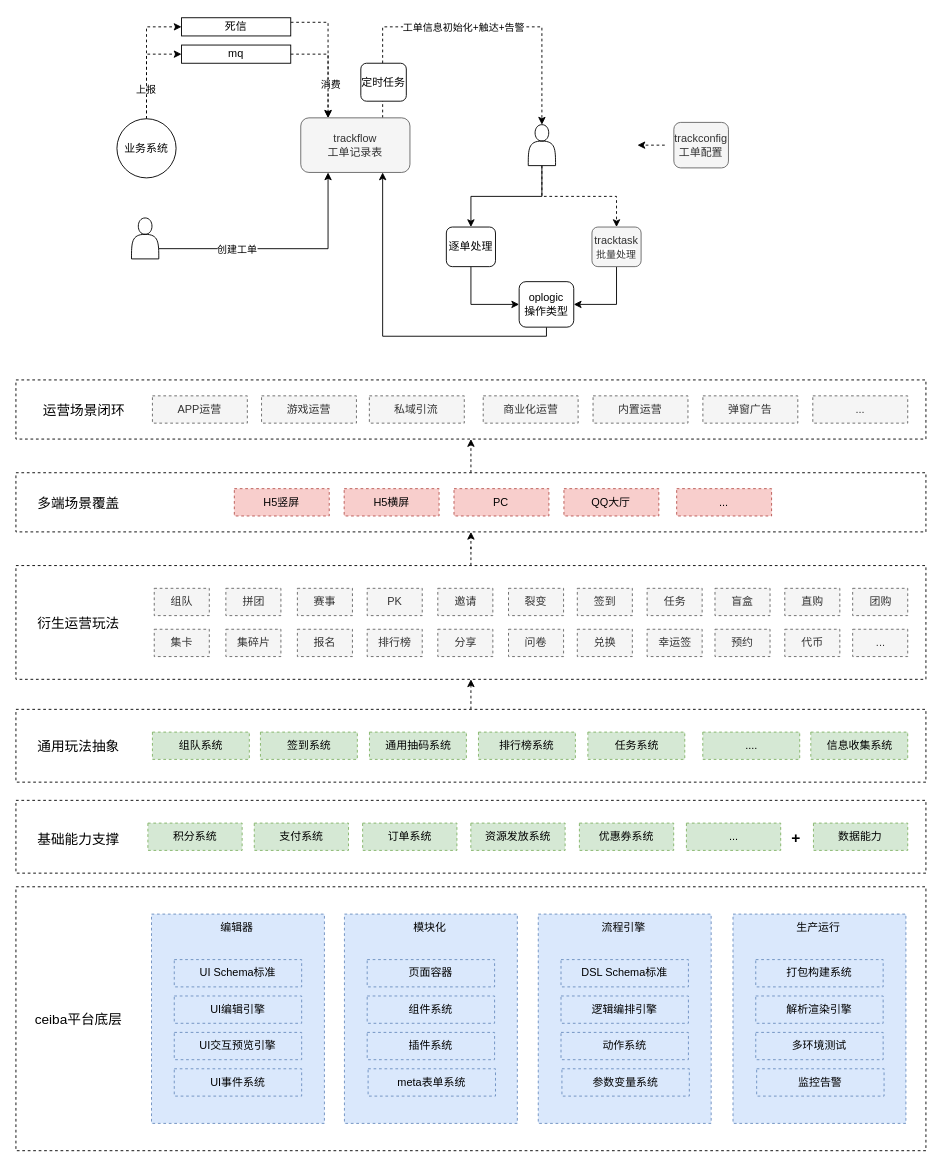
Above: 工单系统.drawio in axtrur/resource (draw.io), before the change. Source tidied: cells renumbered, new cells numbered last; positions are measured from the earlier drawing's top-left corner, leaving out a move shared by most shapes. Both pictures are drawn from the tidied source at 91%, with x=0, y=0 at pixel (15, 17).
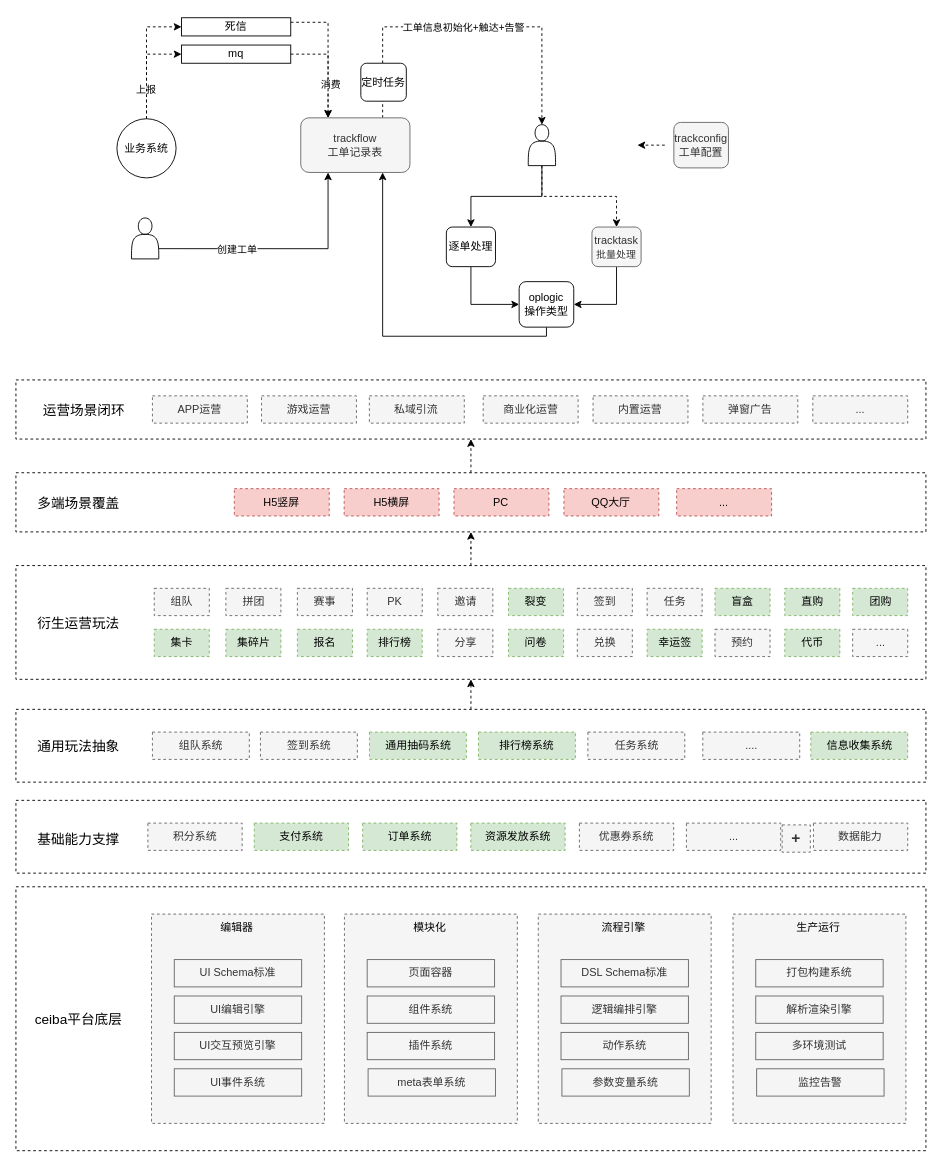
The same diagram, later.

Commit message:
更新工单系统.drawio

What changed in the source:
```diff
@@
-    <mxCell id="37" style="rounded=0;whiteSpace=wrap;html=1;fillColor=#dae8fc;strokeColor=#6c8ebf;dashed=1;" parent="1" vertex="1">
+    <mxCell id="37" style="rounded=0;whiteSpace=wrap;html=1;fillColor=#f5f5f5;strokeColor=#666666;dashed=1;fontColor=#333333;" parent="1" vertex="1">
       <mxGeometry x="149" y="985" width="190" height="230" as="geometry" />
     </mxCell>
-    <mxCell id="38" value="UI Schema标准" style="rounded=0;whiteSpace=wrap;html=1;fillColor=#dae8fc;strokeColor=#6c8ebf;dashed=1;" parent="1" vertex="1">
+    <mxCell id="38" value="UI Schema标准" style="rounded=0;whiteSpace=wrap;html=1;fillColor=#f5f5f5;strokeColor=#666666;fontColor=#333333;" parent="1" vertex="1">
       <mxGeometry x="174" y="1035" width="140" height="30" as="geometry" />
     </mxCell>
-    <mxCell id="39" value="UI编辑引擎" style="rounded=0;whiteSpace=wrap;html=1;fillColor=#dae8fc;strokeColor=#6c8ebf;dashed=1;" parent="1" vertex="1">
+    <mxCell id="39" value="UI编辑引擎" style="rounded=0;whiteSpace=wrap;html=1;fillColor=#f5f5f5;strokeColor=#666666;fontColor=#333333;" parent="1" vertex="1">
       <mxGeometry x="174" y="1075" width="140" height="30" as="geometry" />
     </mxCell>
-    <mxCell id="40" value="UI交互预览引擎" style="rounded=0;whiteSpace=wrap;html=1;fillColor=#dae8fc;strokeColor=#6c8ebf;dashed=1;" parent="1" vertex="1">
+    <mxCell id="40" value="UI交互预览引擎" style="rounded=0;whiteSpace=wrap;html=1;fillColor=#f5f5f5;strokeColor=#666666;fontColor=#333333;" parent="1" vertex="1">
       <mxGeometry x="174" y="1115" width="140" height="30" as="geometry" />
     </mxCell>
-    <mxCell id="41" value="UI事件系统" style="rounded=0;whiteSpace=wrap;html=1;fillColor=#dae8fc;strokeColor=#6c8ebf;dashed=1;" parent="1" vertex="1">
+    <mxCell id="41" value="UI事件系统" style="rounded=0;whiteSpace=wrap;html=1;fillColor=#f5f5f5;strokeColor=#666666;fontColor=#333333;" parent="1" vertex="1">
       <mxGeometry x="174" y="1155" width="140" height="30" as="geometry" />
     </mxCell>
@@
-    <mxCell id="43" style="rounded=0;whiteSpace=wrap;html=1;fillColor=#dae8fc;strokeColor=#6c8ebf;dashed=1;" parent="1" vertex="1">
+    <mxCell id="43" style="rounded=0;whiteSpace=wrap;html=1;fillColor=#f5f5f5;strokeColor=#666666;dashed=1;fontColor=#333333;" parent="1" vertex="1">
       <mxGeometry x="361" y="985" width="190" height="230" as="geometry" />
     </mxCell>
-    <mxCell id="44" value="页面容器" style="rounded=0;whiteSpace=wrap;html=1;fillColor=#dae8fc;strokeColor=#6c8ebf;dashed=1;" parent="1" vertex="1">
+    <mxCell id="44" value="页面容器" style="rounded=0;whiteSpace=wrap;html=1;fillColor=#f5f5f5;strokeColor=#666666;fontColor=#333333;" parent="1" vertex="1">
       <mxGeometry x="386" y="1035" width="140" height="30" as="geometry" />
     </mxCell>
-    <mxCell id="45" value="组件系统" style="rounded=0;whiteSpace=wrap;html=1;fillColor=#dae8fc;strokeColor=#6c8ebf;dashed=1;" parent="1" vertex="1">
+    <mxCell id="45" value="组件系统" style="rounded=0;whiteSpace=wrap;html=1;fillColor=#f5f5f5;strokeColor=#666666;fontColor=#333333;" parent="1" vertex="1">
       <mxGeometry x="386" y="1075" width="140" height="30" as="geometry" />
     </mxCell>
-    <mxCell id="46" value="插件系统" style="rounded=0;whiteSpace=wrap;html=1;fillColor=#dae8fc;strokeColor=#6c8ebf;dashed=1;" parent="1" vertex="1">
+    <mxCell id="46" value="插件系统" style="rounded=0;whiteSpace=wrap;html=1;fillColor=#f5f5f5;strokeColor=#666666;fontColor=#333333;" parent="1" vertex="1">
       <mxGeometry x="386" y="1115" width="140" height="30" as="geometry" />
     </mxCell>
-    <mxCell id="47" value="meta表单系统" style="rounded=0;whiteSpace=wrap;html=1;fillColor=#dae8fc;strokeColor=#6c8ebf;dashed=1;" parent="1" vertex="1">
+    <mxCell id="47" value="meta表单系统" style="rounded=0;whiteSpace=wrap;html=1;fillColor=#f5f5f5;strokeColor=#666666;fontColor=#333333;" parent="1" vertex="1">
       <mxGeometry x="387" y="1155" width="140" height="30" as="geometry" />
     </mxCell>
@@
-    <mxCell id="49" style="rounded=0;whiteSpace=wrap;html=1;fillColor=#dae8fc;strokeColor=#6c8ebf;dashed=1;" parent="1" vertex="1">
+    <mxCell id="49" style="rounded=0;whiteSpace=wrap;html=1;fillColor=#f5f5f5;strokeColor=#666666;dashed=1;fontColor=#333333;" parent="1" vertex="1">
       <mxGeometry x="574" y="985" width="190" height="230" as="geometry" />
     </mxCell>
-    <mxCell id="50" value="DSL Schema标准" style="rounded=0;whiteSpace=wrap;html=1;fillColor=#dae8fc;strokeColor=#6c8ebf;dashed=1;" parent="1" vertex="1">
+    <mxCell id="50" value="DSL Schema标准" style="rounded=0;whiteSpace=wrap;html=1;fillColor=#f5f5f5;strokeColor=#666666;fontColor=#333333;" parent="1" vertex="1">
       <mxGeometry x="599" y="1035" width="140" height="30" as="geometry" />
     </mxCell>
-    <mxCell id="51" value="逻辑编排引擎" style="rounded=0;whiteSpace=wrap;html=1;fillColor=#dae8fc;strokeColor=#6c8ebf;dashed=1;" parent="1" vertex="1">
+    <mxCell id="51" value="逻辑编排引擎" style="rounded=0;whiteSpace=wrap;html=1;fillColor=#f5f5f5;strokeColor=#666666;fontColor=#333333;" parent="1" vertex="1">
       <mxGeometry x="599" y="1075" width="140" height="30" as="geometry" />
     </mxCell>
-    <mxCell id="52" value="动作系统" style="rounded=0;whiteSpace=wrap;html=1;fillColor=#dae8fc;strokeColor=#6c8ebf;dashed=1;" parent="1" vertex="1">
+    <mxCell id="52" value="动作系统" style="rounded=0;whiteSpace=wrap;html=1;fillColor=#f5f5f5;strokeColor=#666666;fontColor=#333333;" parent="1" vertex="1">
       <mxGeometry x="599" y="1115" width="140" height="30" as="geometry" />
     </mxCell>
-    <mxCell id="53" value="参数变量系统" style="rounded=0;whiteSpace=wrap;html=1;fillColor=#dae8fc;strokeColor=#6c8ebf;dashed=1;" parent="1" vertex="1">
+    <mxCell id="53" value="参数变量系统" style="rounded=0;whiteSpace=wrap;html=1;fillColor=#f5f5f5;strokeColor=#666666;fontColor=#333333;" parent="1" vertex="1">
       <mxGeometry x="600" y="1155" width="140" height="30" as="geometry" />
     </mxCell>
@@
-    <mxCell id="55" style="rounded=0;whiteSpace=wrap;html=1;fillColor=#dae8fc;strokeColor=#6c8ebf;dashed=1;" parent="1" vertex="1">
+    <mxCell id="55" style="rounded=0;whiteSpace=wrap;html=1;fillColor=#f5f5f5;strokeColor=#666666;dashed=1;fontColor=#333333;" parent="1" vertex="1">
       <mxGeometry x="788" y="985" width="190" height="230" as="geometry" />
     </mxCell>
-    <mxCell id="56" value="打包构建系统" style="rounded=0;whiteSpace=wrap;html=1;fillColor=#dae8fc;strokeColor=#6c8ebf;dashed=1;" parent="1" vertex="1">
+    <mxCell id="56" value="打包构建系统" style="rounded=0;whiteSpace=wrap;html=1;fillColor=#f5f5f5;strokeColor=#666666;fontColor=#333333;" parent="1" vertex="1">
       <mxGeometry x="813" y="1035" width="140" height="30" as="geometry" />
     </mxCell>
-    <mxCell id="57" value="解析渲染引擎" style="rounded=0;whiteSpace=wrap;html=1;fillColor=#dae8fc;strokeColor=#6c8ebf;dashed=1;" parent="1" vertex="1">
+    <mxCell id="57" value="解析渲染引擎" style="rounded=0;whiteSpace=wrap;html=1;fillColor=#f5f5f5;strokeColor=#666666;fontColor=#333333;" parent="1" vertex="1">
       <mxGeometry x="813" y="1075" width="140" height="30" as="geometry" />
     </mxCell>
-    <mxCell id="58" value="多环境测试" style="rounded=0;whiteSpace=wrap;html=1;fillColor=#dae8fc;strokeColor=#6c8ebf;dashed=1;" parent="1" vertex="1">
+    <mxCell id="58" value="多环境测试" style="rounded=0;whiteSpace=wrap;html=1;fillColor=#f5f5f5;strokeColor=#666666;fontColor=#333333;" parent="1" vertex="1">
       <mxGeometry x="813" y="1115" width="140" height="30" as="geometry" />
     </mxCell>
-    <mxCell id="59" value="监控告警" style="rounded=0;whiteSpace=wrap;html=1;fillColor=#dae8fc;strokeColor=#6c8ebf;dashed=1;" parent="1" vertex="1">
+    <mxCell id="59" value="监控告警" style="rounded=0;whiteSpace=wrap;html=1;fillColor=#f5f5f5;strokeColor=#666666;fontColor=#333333;" parent="1" vertex="1">
       <mxGeometry x="814" y="1155" width="140" height="30" as="geometry" />
     </mxCell>
@@
-    <mxCell id="61" value="&lt;font style=&quot;font-size: 17px;&quot;&gt;&lt;b&gt;+&lt;/b&gt;&lt;/font&gt;" style="text;html=1;align=center;verticalAlign=middle;whiteSpace=wrap;rounded=0;dashed=1;" parent="1" vertex="1">
+    <mxCell id="61" value="&lt;font style=&quot;font-size: 17px;&quot;&gt;&lt;b&gt;+&lt;/b&gt;&lt;/font&gt;" style="text;html=1;align=center;verticalAlign=middle;whiteSpace=wrap;rounded=0;dashed=1;fillColor=#f5f5f5;fontColor=#333333;strokeColor=#666666;" parent="1" vertex="1">
       <mxGeometry x="842" y="887" width="31" height="30" as="geometry" />
     </mxCell>
@@
-    <mxCell id="84" value="组队系统" style="rounded=0;whiteSpace=wrap;html=1;fillColor=#d5e8d4;strokeColor=#82b366;dashed=1;" parent="1" vertex="1">
+    <mxCell id="84" value="组队系统" style="rounded=0;whiteSpace=wrap;html=1;fillColor=#f5f5f5;strokeColor=#666666;dashed=1;fontColor=#333333;" parent="1" vertex="1">
       <mxGeometry x="150" y="785" width="106.5" height="30" as="geometry" />
     </mxCell>
-    <mxCell id="85" value="签到系统" style="rounded=0;whiteSpace=wrap;html=1;fillColor=#d5e8d4;strokeColor=#82b366;dashed=1;" parent="1" vertex="1">
+    <mxCell id="85" value="签到系统" style="rounded=0;whiteSpace=wrap;html=1;fillColor=#f5f5f5;strokeColor=#666666;dashed=1;fontColor=#333333;" parent="1" vertex="1">
       <mxGeometry x="268.7" y="785" width="106.5" height="30" as="geometry" />
     </mxCell>
-    <mxCell id="86" value="任务系统" style="rounded=0;whiteSpace=wrap;html=1;fillColor=#d5e8d4;strokeColor=#82b366;dashed=1;" parent="1" vertex="1">
+    <mxCell id="86" value="任务系统" style="rounded=0;whiteSpace=wrap;html=1;fillColor=#f5f5f5;strokeColor=#666666;dashed=1;fontColor=#333333;" parent="1" vertex="1">
       <mxGeometry x="628.5" y="785" width="106.5" height="30" as="geometry" />
     </mxCell>
-    <mxCell id="87" value="...." style="rounded=0;whiteSpace=wrap;html=1;fillColor=#d5e8d4;strokeColor=#82b366;dashed=1;" parent="1" vertex="1">
+    <mxCell id="87" value="...." style="rounded=0;whiteSpace=wrap;html=1;fillColor=#f5f5f5;strokeColor=#666666;dashed=1;fontColor=#333333;" parent="1" vertex="1">
       <mxGeometry x="754.8" y="785" width="106.5" height="30" as="geometry" />
     </mxCell>
@@
-    <mxCell id="92" value="积分系统" style="rounded=0;whiteSpace=wrap;html=1;fillColor=#d5e8d4;strokeColor=#82b366;dashed=1;" parent="1" vertex="1">
+    <mxCell id="92" value="积分系统" style="rounded=0;whiteSpace=wrap;html=1;fillColor=#f5f5f5;strokeColor=#666666;dashed=1;fontColor=#333333;" parent="1" vertex="1">
       <mxGeometry x="145" y="885" width="103.6" height="30" as="geometry" />
     </mxCell>
-    <mxCell id="93" value="优惠券系统" style="rounded=0;whiteSpace=wrap;html=1;fillColor=#d5e8d4;strokeColor=#82b366;dashed=1;" parent="1" vertex="1">
+    <mxCell id="93" value="优惠券系统" style="rounded=0;whiteSpace=wrap;html=1;fillColor=#f5f5f5;strokeColor=#666666;dashed=1;fontColor=#333333;" parent="1" vertex="1">
       <mxGeometry x="619.2" y="885" width="103.6" height="30" as="geometry" />
     </mxCell>
-    <mxCell id="94" value="..." style="rounded=0;whiteSpace=wrap;html=1;fillColor=#d5e8d4;strokeColor=#82b366;dashed=1;" parent="1" vertex="1">
+    <mxCell id="94" value="..." style="rounded=0;whiteSpace=wrap;html=1;fillColor=#f5f5f5;strokeColor=#666666;dashed=1;fontColor=#333333;" parent="1" vertex="1">
       <mxGeometry x="736.8" y="885" width="103.6" height="30" as="geometry" />
     </mxCell>
-    <mxCell id="95" value="数据能力" style="rounded=0;whiteSpace=wrap;html=1;fillColor=#d5e8d4;strokeColor=#82b366;dashed=1;" parent="1" vertex="1">
+    <mxCell id="95" value="数据能力" style="rounded=0;whiteSpace=wrap;html=1;fillColor=#f5f5f5;strokeColor=#666666;dashed=1;fontColor=#333333;" parent="1" vertex="1">
       <mxGeometry x="876.4" y="885" width="103.6" height="30" as="geometry" />
     </mxCell>
@@
-    <mxCell id="101" value="裂变" style="rounded=0;whiteSpace=wrap;html=1;fillColor=#f5f5f5;fontColor=#333333;strokeColor=#666666;dashed=1;" parent="1" vertex="1">
+    <mxCell id="101" value="裂变" style="rounded=0;whiteSpace=wrap;html=1;fillColor=#d5e8d4;strokeColor=#82b366;dashed=1;" parent="1" vertex="1">
       <mxGeometry x="541.3" y="627" width="60.5" height="30" as="geometry" />
     </mxCell>
@@
-    <mxCell id="104" value="报名" style="rounded=0;whiteSpace=wrap;html=1;fillColor=#f5f5f5;fontColor=#333333;strokeColor=#666666;dashed=1;" parent="1" vertex="1">
+    <mxCell id="104" value="报名" style="rounded=0;whiteSpace=wrap;html=1;fillColor=#d5e8d4;strokeColor=#82b366;dashed=1;" parent="1" vertex="1">
       <mxGeometry x="309.3" y="672" width="60.5" height="30" as="geometry" />
     </mxCell>
-    <mxCell id="105" value="幸运签" style="rounded=0;whiteSpace=wrap;html=1;fillColor=#f5f5f5;fontColor=#333333;strokeColor=#666666;dashed=1;" parent="1" vertex="1">
+    <mxCell id="105" value="幸运签" style="rounded=0;whiteSpace=wrap;html=1;fillColor=#d5e8d4;strokeColor=#82b366;dashed=1;" parent="1" vertex="1">
       <mxGeometry x="693.6" y="672" width="60.5" height="30" as="geometry" />
     </mxCell>
-    <mxCell id="106" value="直购" style="rounded=0;whiteSpace=wrap;html=1;fillColor=#f5f5f5;fontColor=#333333;strokeColor=#666666;dashed=1;" parent="1" vertex="1">
+    <mxCell id="106" value="直购" style="rounded=0;whiteSpace=wrap;html=1;fillColor=#d5e8d4;strokeColor=#82b366;dashed=1;" parent="1" vertex="1">
       <mxGeometry x="844.9" y="627" width="60.5" height="30" as="geometry" />
     </mxCell>
-    <mxCell id="107" value="团购" style="rounded=0;whiteSpace=wrap;html=1;fillColor=#f5f5f5;fontColor=#333333;strokeColor=#666666;dashed=1;" parent="1" vertex="1">
+    <mxCell id="107" value="团购" style="rounded=0;whiteSpace=wrap;html=1;fillColor=#d5e8d4;strokeColor=#82b366;dashed=1;" parent="1" vertex="1">
       <mxGeometry x="919.5" y="627" width="60.5" height="30" as="geometry" />
     </mxCell>
@@
-    <mxCell id="110" value="问卷" style="rounded=0;whiteSpace=wrap;html=1;fillColor=#f5f5f5;fontColor=#333333;strokeColor=#666666;dashed=1;" parent="1" vertex="1">
+    <mxCell id="110" value="问卷" style="rounded=0;whiteSpace=wrap;html=1;fillColor=#d5e8d4;strokeColor=#82b366;dashed=1;" parent="1" vertex="1">
       <mxGeometry x="541.3" y="672" width="60.5" height="30" as="geometry" />
     </mxCell>
@@
-    <mxCell id="112" value="集卡" style="rounded=0;whiteSpace=wrap;html=1;fillColor=#f5f5f5;fontColor=#333333;strokeColor=#666666;dashed=1;" parent="1" vertex="1">
+    <mxCell id="112" value="集卡" style="rounded=0;whiteSpace=wrap;html=1;fillColor=#d5e8d4;strokeColor=#82b366;dashed=1;" parent="1" vertex="1">
       <mxGeometry x="152" y="672" width="60.5" height="30" as="geometry" />
     </mxCell>
-    <mxCell id="113" value="集碎片" style="rounded=0;whiteSpace=wrap;html=1;fillColor=#f5f5f5;fontColor=#333333;strokeColor=#666666;dashed=1;" parent="1" vertex="1">
+    <mxCell id="113" value="集碎片" style="rounded=0;whiteSpace=wrap;html=1;fillColor=#d5e8d4;strokeColor=#82b366;dashed=1;" parent="1" vertex="1">
       <mxGeometry x="230.7" y="672" width="60.5" height="30" as="geometry" />
     </mxCell>
-    <mxCell id="114" value="代币" style="rounded=0;whiteSpace=wrap;html=1;fillColor=#f5f5f5;fontColor=#333333;strokeColor=#666666;dashed=1;" parent="1" vertex="1">
+    <mxCell id="114" value="代币" style="rounded=0;whiteSpace=wrap;html=1;fillColor=#d5e8d4;strokeColor=#82b366;dashed=1;" parent="1" vertex="1">
       <mxGeometry x="844.9" y="672" width="60.5" height="30" as="geometry" />
     </mxCell>
@@
-    <mxCell id="116" value="排行榜" style="rounded=0;whiteSpace=wrap;html=1;fillColor=#f5f5f5;fontColor=#333333;strokeColor=#666666;dashed=1;" parent="1" vertex="1">
+    <mxCell id="116" value="排行榜" style="rounded=0;whiteSpace=wrap;html=1;fillColor=#d5e8d4;strokeColor=#82b366;dashed=1;" parent="1" vertex="1">
       <mxGeometry x="386" y="672" width="60.5" height="30" as="geometry" />
     </mxCell>
-    <mxCell id="117" value="盲盒" style="rounded=0;whiteSpace=wrap;html=1;fillColor=#f5f5f5;fontColor=#333333;strokeColor=#666666;dashed=1;" parent="1" vertex="1">
+    <mxCell id="117" value="盲盒" style="rounded=0;whiteSpace=wrap;html=1;fillColor=#d5e8d4;strokeColor=#82b366;dashed=1;" parent="1" vertex="1">
       <mxGeometry x="768.2" y="627" width="60.5" height="30" as="geometry" />
     </mxCell>
```
